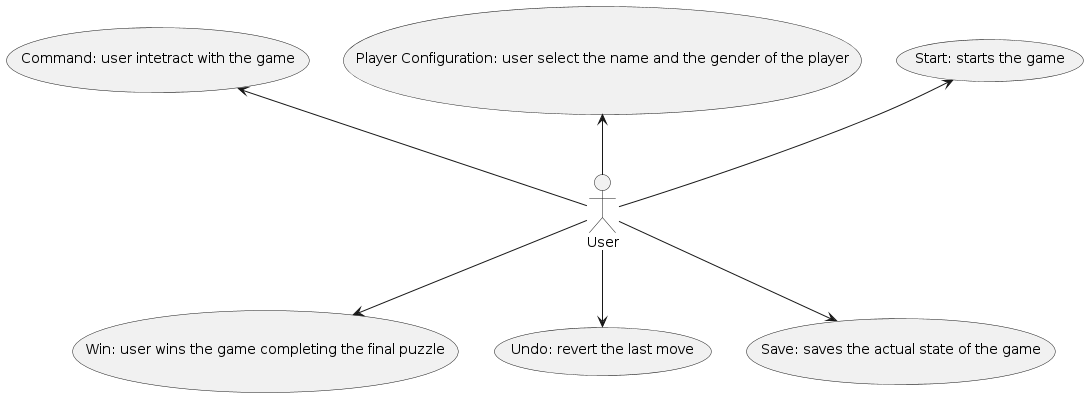
nardib/TextAdventure keeps this PlantUML diagram as docs/uml/UseCasesDiagram.png. Above is the earlier version. Source of this version:
```plantuml
@startuml
(Start: starts the game) as (start)
(Player Configuration: user select the name and the gender of the player) as (config)
(Command: user intetract with the game) as (command)
(Win: user wins the game completing the final puzzle) as (win)
(Undo: revert the last move) as (undo)
(Save: saves the actual state of the game) as (save)

User -up-> (start)
User -up-> (config)
User -up-> (command)
User -down-> (win)
User -down-> (undo)
User -down-> (save)
@enduml
```
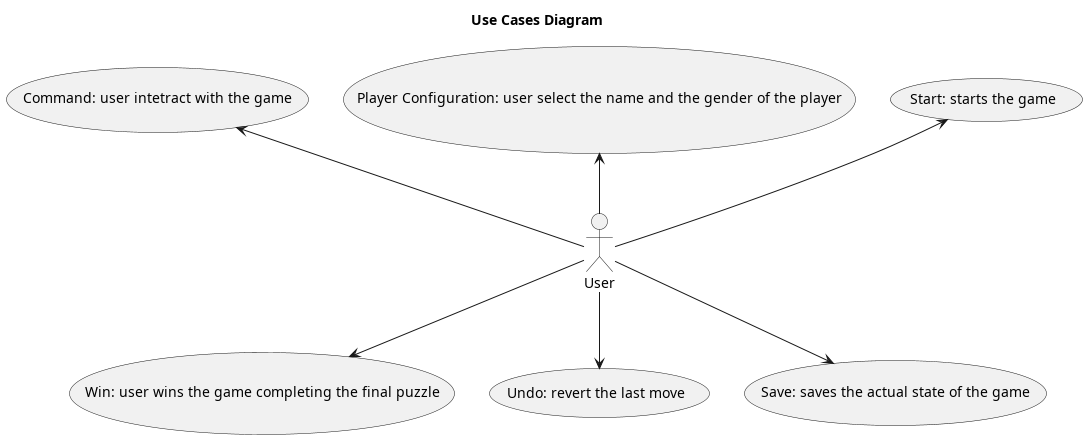
After the commit.

Diff of the diagram source:
```diff
@@ -1,4 +1,7 @@
-@startuml
+@startuml UseCasesDiagram
+
+title Use Cases Diagram
+
 (Start: starts the game) as (start)
 (Player Configuration: user select the name and the gender of the player) as (config)
 (Command: user intetract with the game) as (command)
@@ -12,4 +15,5 @@
 User -down-> (win)
 User -down-> (undo)
 User -down-> (save)
+
 @enduml
```
